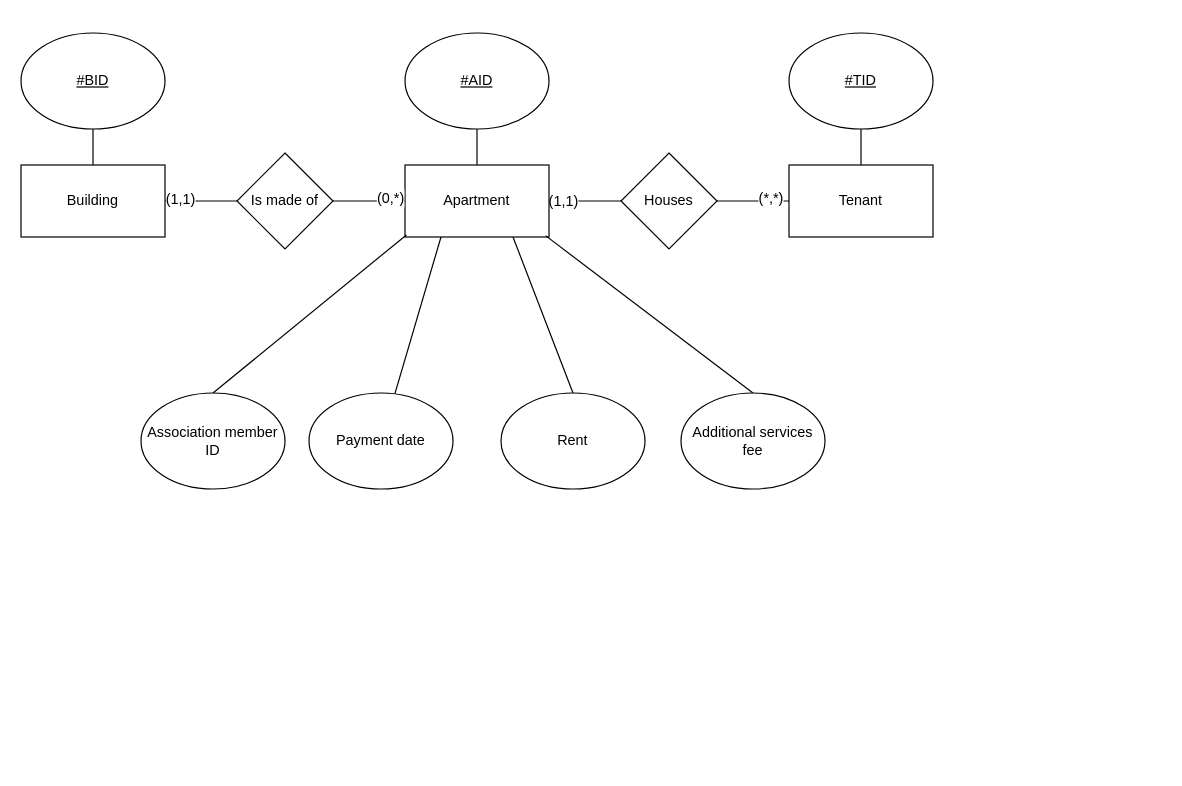
devtot0/FundamentalsOfDatabases keeps this draw.io diagram as Task4/Task4.drawio. Above is the earlier version. Source tidied: cells renumbered, new cells numbered last; positions are measured from the earlier drawing's top-left corner, leaving out a move shared by most shapes. Both pictures are drawn from the tidied source at 120%, with x=0, y=0 at pixel (20, 32).
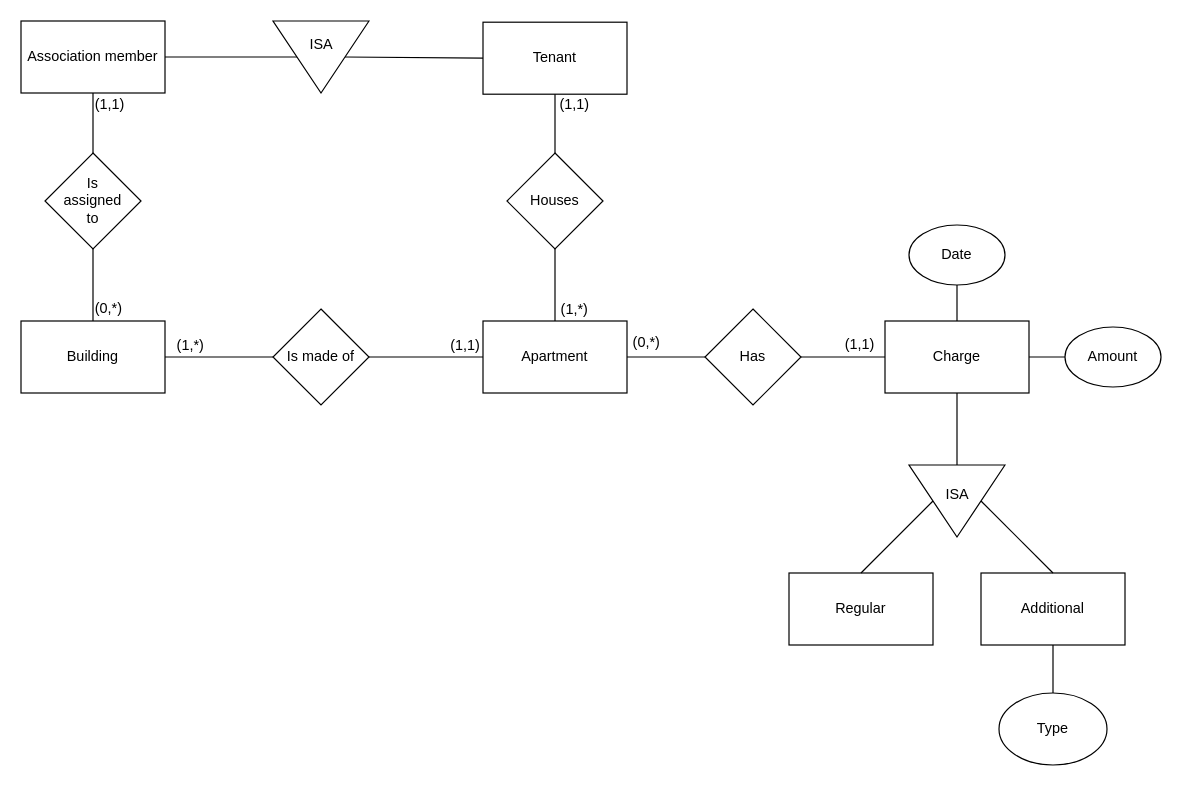
The same page after the edit.

Unchanged cells that the change refers to:
```xml
<mxCell id="6" style="rounded=0;jettySize=auto;html=1;exitX=1;exitY=0.5;exitDx=0;exitDy=0;entryX=0;entryY=0.5;entryDx=0;entryDy=0;endArrow=none;endFill=0;" parent="1" edge="1" source="8" target="12">
  <mxGeometry relative="1" as="geometry" />
</mxCell>
<mxCell id="10" style="edgeStyle=none;rounded=0;jettySize=auto;html=1;exitX=1;exitY=0.5;exitDx=0;exitDy=0;entryX=0;entryY=0.5;entryDx=0;entryDy=0;endArrow=none;endFill=0;" parent="1" edge="1" source="12" target="5">
  <mxGeometry relative="1" as="geometry" />
</mxCell>
```

What changed in the source:
```diff
@@
-    <mxCell id="2" style="edgeStyle=none;rounded=0;jettySize=auto;html=1;exitX=1;exitY=0.5;exitDx=0;exitDy=0;entryX=0;entryY=0.5;entryDx=0;entryDy=0;endArrow=none;endFill=0;" parent="1" edge="1" source="5" target="15">
+    <mxCell id="2" style="edgeStyle=none;rounded=0;jettySize=auto;html=1;endArrow=none;endFill=0;" parent="1" edge="1" source="5" target="15">
       <mxGeometry relative="1" as="geometry" />
     </mxCell>
-    <mxCell id="3" value="(1,1)" style="text;html=1;align=center;verticalAlign=middle;labelBackgroundColor=#ffffff;" parent="2" vertex="1">
-      <mxGeometry x="-0.63" relative="1" as="geometry" />
-    </mxCell>
-    <mxCell id="4" style="edgeStyle=none;rounded=0;jettySize=auto;html=1;endArrow=none;endFill=0;exitX=0.25;exitY=1;exitDx=0;exitDy=0;" parent="1" edge="1" source="5" target="26">
-      <mxGeometry relative="1" as="geometry" />
-    </mxCell>
+    <mxCell id="29" value="(1,*)" style="text;html=1;align=center;verticalAlign=middle;labelBackgroundColor=#ffffff;" parent="2" vertex="1">
+      <mxGeometry x="-0.52" y="1" relative="1" as="geometry">
+        <mxPoint x="16" y="4.5" as="offset" />
+      </mxGeometry>
+    </mxCell>
     <mxCell id="5" value="Apartment" style="rounded=0;whiteSpace=wrap;html=1;" parent="1" vertex="1">
-      <mxGeometry x="320" y="110" width="120" height="60" as="geometry" />
+      <mxGeometry x="385" y="240" width="120" height="60" as="geometry" />
     </mxCell>
@@
-    <mxCell id="7" value="(1,1)" style="text;html=1;align=center;verticalAlign=middle;labelBackgroundColor=#ffffff;" parent="6" vertex="1">
-      <mxGeometry x="-0.6" y="2" relative="1" as="geometry" />
+    <mxCell id="7" value="(1,*)" style="text;html=1;align=center;verticalAlign=middle;labelBackgroundColor=#ffffff;" parent="6" vertex="1">
+      <mxGeometry x="-0.6" y="2" relative="1" as="geometry">
+        <mxPoint x="2.5" y="-8" as="offset" />
+      </mxGeometry>
     </mxCell>
     <mxCell id="8" value="Building" style="rounded=0;whiteSpace=wrap;html=1;" parent="1" vertex="1">
-      <mxGeometry y="110" width="120" height="60" as="geometry" />
+      <mxGeometry y="240" width="120" height="60" as="geometry" />
     </mxCell>
     <mxCell id="9" value="Tenant" style="rounded=0;whiteSpace=wrap;html=1;" parent="1" vertex="1">
-      <mxGeometry x="640" y="110" width="120" height="60" as="geometry" />
+      <mxGeometry x="385" y="-9" width="120" height="60" as="geometry" />
     </mxCell>
@@
-    <mxCell id="11" value="(0,*)" style="text;html=1;align=center;verticalAlign=middle;labelBackgroundColor=#ffffff;" parent="10" vertex="1">
-      <mxGeometry x="0.57" y="3" relative="1" as="geometry" />
-    </mxCell>
+    <mxCell id="3" value="(1,1)" style="text;html=1;align=center;verticalAlign=middle;labelBackgroundColor=#ffffff;" parent="10" vertex="1">
+      <mxGeometry x="0.88" y="-1" relative="1" as="geometry">
+        <mxPoint x="-9.5" y="-11" as="offset" />
+      </mxGeometry>
+    </mxCell>
     <mxCell id="12" value="Is made of" style="rhombus;whiteSpace=wrap;html=1;" parent="1" vertex="1">
-      <mxGeometry x="180" y="100" width="80" height="80" as="geometry" />
+      <mxGeometry x="210" y="230" width="80" height="80" as="geometry" />
     </mxCell>
-    <mxCell id="13" style="edgeStyle=none;rounded=0;jettySize=auto;html=1;exitX=1;exitY=0.5;exitDx=0;exitDy=0;entryX=0;entryY=0.5;entryDx=0;entryDy=0;endArrow=none;endFill=0;" parent="1" edge="1" source="15" target="9">
+    <mxCell id="13" style="edgeStyle=none;rounded=0;jettySize=auto;html=1;exitX=0.5;exitY=0;exitDx=0;exitDy=0;entryX=0.5;entryY=1;entryDx=0;entryDy=0;endArrow=none;endFill=0;" parent="1" edge="1" source="15" target="9">
       <mxGeometry relative="1" as="geometry" />
     </mxCell>
-    <mxCell id="14" value="(*,*)" style="text;html=1;align=center;verticalAlign=middle;labelBackgroundColor=#ffffff;" parent="13" vertex="1">
-      <mxGeometry x="0.47" y="3" relative="1" as="geometry" />
+    <mxCell id="14" value="(1,1)" style="text;html=1;align=center;verticalAlign=middle;labelBackgroundColor=#ffffff;" parent="13" vertex="1">
+      <mxGeometry x="0.47" y="3" relative="1" as="geometry">
+        <mxPoint x="18" y="-4.5" as="offset" />
+      </mxGeometry>
     </mxCell>
     <mxCell id="15" value="Houses" style="rhombus;whiteSpace=wrap;html=1;" parent="1" vertex="1">
-      <mxGeometry x="500" y="100" width="80" height="80" as="geometry" />
+      <mxGeometry x="405" y="100" width="80" height="80" as="geometry" />
     </mxCell>
-    <mxCell id="16" style="edgeStyle=none;rounded=0;jettySize=auto;html=1;exitX=0.5;exitY=1;exitDx=0;exitDy=0;entryX=0.5;entryY=0;entryDx=0;entryDy=0;endArrow=none;endFill=0;" parent="1" edge="1" source="17" target="8">
-      <mxGeometry relative="1" as="geometry" />
-    </mxCell>
-    <mxCell id="17" value="&lt;u&gt;#BID&lt;/u&gt;" style="ellipse;whiteSpace=wrap;html=1;" parent="1" vertex="1">
-      <mxGeometry width="120" height="80" as="geometry" />
-    </mxCell>
-    <mxCell id="18" style="edgeStyle=none;rounded=0;jettySize=auto;html=1;exitX=0.5;exitY=1;exitDx=0;exitDy=0;entryX=0.5;entryY=0;entryDx=0;entryDy=0;endArrow=none;endFill=0;" parent="1" edge="1" source="19" target="9">
-      <mxGeometry relative="1" as="geometry" />
-    </mxCell>
-    <mxCell id="19" value="&lt;u&gt;#TID&lt;/u&gt;" style="ellipse;whiteSpace=wrap;html=1;" parent="1" vertex="1">
-      <mxGeometry x="640" width="120" height="80" as="geometry" />
-    </mxCell>
-    <mxCell id="20" style="edgeStyle=none;rounded=0;jettySize=auto;html=1;exitX=0.5;exitY=1;exitDx=0;exitDy=0;entryX=0.5;entryY=0;entryDx=0;entryDy=0;endArrow=none;endFill=0;" parent="1" edge="1" source="21" target="5">
-      <mxGeometry relative="1" as="geometry" />
-    </mxCell>
-    <mxCell id="21" value="&lt;u&gt;#AID&lt;/u&gt;" style="ellipse;whiteSpace=wrap;html=1;" parent="1" vertex="1">
-      <mxGeometry x="320" width="120" height="80" as="geometry" />
-    </mxCell>
-    <mxCell id="22" style="edgeStyle=none;rounded=0;jettySize=auto;html=1;exitX=0.5;exitY=0;exitDx=0;exitDy=0;endArrow=none;endFill=0;entryX=0.01;entryY=0.971;entryDx=0;entryDy=0;entryPerimeter=0;" parent="1" edge="1" source="23" target="5">
-      <mxGeometry relative="1" as="geometry" />
-    </mxCell>
-    <mxCell id="23" value="Association member ID" style="ellipse;whiteSpace=wrap;html=1;" parent="1" vertex="1">
-      <mxGeometry x="100" y="300" width="120" height="80" as="geometry" />
-    </mxCell>
-    <mxCell id="24" style="edgeStyle=none;rounded=0;jettySize=auto;html=1;exitX=0.5;exitY=0;exitDx=0;exitDy=0;entryX=0.75;entryY=1;entryDx=0;entryDy=0;endArrow=none;endFill=0;" parent="1" edge="1" source="25" target="5">
-      <mxGeometry relative="1" as="geometry" />
-    </mxCell>
-    <mxCell id="25" value="Rent" style="ellipse;whiteSpace=wrap;html=1;" parent="1" vertex="1">
-      <mxGeometry x="400" y="300" width="120" height="80" as="geometry" />
-    </mxCell>
-    <mxCell id="26" value="Payment date" style="ellipse;whiteSpace=wrap;html=1;" parent="1" vertex="1">
-      <mxGeometry x="240" y="300" width="120" height="80" as="geometry" />
-    </mxCell>
-    <mxCell id="27" style="edgeStyle=none;rounded=0;jettySize=auto;html=1;exitX=0.5;exitY=0;exitDx=0;exitDy=0;entryX=0.976;entryY=0.981;entryDx=0;entryDy=0;entryPerimeter=0;endArrow=none;endFill=0;" parent="1" edge="1" source="28" target="5">
-      <mxGeometry relative="1" as="geometry" />
-    </mxCell>
-    <mxCell id="28" value="Additional services fee" style="ellipse;whiteSpace=wrap;html=1;" parent="1" vertex="1">
-      <mxGeometry x="550" y="300" width="120" height="80" as="geometry" />
-    </mxCell>
+    <mxCell id="30" value="Charge" style="rounded=0;whiteSpace=wrap;html=1;" parent="1" vertex="1">
+      <mxGeometry x="720" y="240" width="120" height="60" as="geometry" />
+    </mxCell>
+    <mxCell id="31" style="endArrow=none;html=1;exitX=0;exitY=0.5;exitDx=0;exitDy=0;" parent="1" edge="1" source="30" target="32">
+      <mxGeometry relative="1" as="geometry" />
+    </mxCell>
+    <mxCell id="32" value="Has" style="rhombus;whiteSpace=wrap;html=1;" parent="1" vertex="1">
+      <mxGeometry x="570" y="230" width="80" height="80" as="geometry" />
+    </mxCell>
+    <mxCell id="33" style="endArrow=none;html=1;exitX=0;exitY=0.5;exitDx=0;exitDy=0;entryX=1;entryY=0.5;entryDx=0;entryDy=0;" parent="1" edge="1" source="32" target="5">
+      <mxGeometry relative="1" as="geometry" />
+    </mxCell>
+    <mxCell id="11" value="(0,*)" style="text;html=1;align=center;verticalAlign=middle;labelBackgroundColor=#ffffff;" parent="1" vertex="1">
+      <mxGeometry x="510" y="270" as="geometry">
+        <mxPoint x="10" y="-13" as="offset" />
+      </mxGeometry>
+    </mxCell>
+    <mxCell id="34" value="Date" style="ellipse;whiteSpace=wrap;html=1;" parent="1" vertex="1">
+      <mxGeometry x="740" y="160" width="80" height="50" as="geometry" />
+    </mxCell>
+    <mxCell id="35" value="Amount" style="ellipse;whiteSpace=wrap;html=1;" parent="1" vertex="1">
+      <mxGeometry x="870" y="245" width="80" height="50" as="geometry" />
+    </mxCell>
+    <mxCell id="36" style="triangle;whiteSpace=wrap;html=1;rotation=90;" parent="1" vertex="1">
+      <mxGeometry x="220" y="-20" width="60" height="80" as="geometry" />
+    </mxCell>
+    <mxCell id="37" style="endArrow=none;html=1;entryX=0;entryY=0.5;entryDx=0;entryDy=0;exitX=0.5;exitY=0;exitDx=0;exitDy=0;" parent="1" edge="1" source="36" target="9">
+      <mxGeometry relative="1" as="geometry" />
+    </mxCell>
+    <mxCell id="38" value="Association member" style="rounded=0;whiteSpace=wrap;html=1;" parent="1" vertex="1">
+      <mxGeometry y="-10" width="120" height="60" as="geometry" />
+    </mxCell>
+    <mxCell id="39" style="endArrow=none;html=1;entryX=0.5;entryY=1;entryDx=0;entryDy=0;exitX=1;exitY=0.5;exitDx=0;exitDy=0;" parent="1" edge="1" source="38" target="36">
+      <mxGeometry relative="1" as="geometry" />
+    </mxCell>
+    <mxCell id="40" value="(0,*)" style="text;html=1;align=left;verticalAlign=top;spacingTop=-4;" parent="1" vertex="1">
+      <mxGeometry x="60" y="220" width="40" height="20" as="geometry" />
+    </mxCell>
+    <mxCell id="41" value="(1,1)" style="text;html=1;align=left;verticalAlign=top;spacingTop=-4;" parent="1" vertex="1">
+      <mxGeometry x="60" y="50" width="40" height="20" as="geometry" />
+    </mxCell>
+    <mxCell id="42" value="ISA" style="text;html=1;align=center;verticalAlign=top;spacingTop=-4;" parent="1" vertex="1">
+      <mxGeometry x="235" width="30" height="20" as="geometry" />
+    </mxCell>
+    <mxCell id="43" value="Is &lt;br&gt;assigned &lt;br&gt;to" style="rhombus;whiteSpace=wrap;html=1;" parent="1" vertex="1">
+      <mxGeometry x="20" y="100" width="80" height="80" as="geometry" />
+    </mxCell>
+    <mxCell id="44" style="endArrow=none;html=1;entryX=0.5;entryY=1;entryDx=0;entryDy=0;exitX=0.5;exitY=0;exitDx=0;exitDy=0;" parent="1" edge="1" source="43" target="38">
+      <mxGeometry relative="1" as="geometry" />
+    </mxCell>
+    <mxCell id="45" style="endArrow=none;html=1;entryX=0.5;entryY=1;entryDx=0;entryDy=0;exitX=0.5;exitY=0;exitDx=0;exitDy=0;" parent="1" edge="1" source="8" target="43">
+      <mxGeometry relative="1" as="geometry" />
+    </mxCell>
+    <mxCell id="46" style="triangle;whiteSpace=wrap;html=1;rotation=90;" parent="1" vertex="1">
+      <mxGeometry x="750" y="350" width="60" height="80" as="geometry" />
+    </mxCell>
+    <mxCell id="47" value="ISA" style="text;html=1;align=center;verticalAlign=top;spacingTop=-4;" parent="1" vertex="1">
+      <mxGeometry x="765" y="375" width="30" height="20" as="geometry" />
+    </mxCell>
+    <mxCell id="48" style="endArrow=none;html=1;entryX=0.5;entryY=1;entryDx=0;entryDy=0;exitX=0;exitY=0.5;exitDx=0;exitDy=0;" parent="1" edge="1" source="46" target="30">
+      <mxGeometry relative="1" as="geometry" />
+    </mxCell>
+    <mxCell id="49" value="Regular" style="rounded=0;whiteSpace=wrap;html=1;" parent="1" vertex="1">
+      <mxGeometry x="640" y="450" width="120" height="60" as="geometry" />
+    </mxCell>
+    <mxCell id="50" style="endArrow=none;html=1;entryX=0.5;entryY=1;entryDx=0;entryDy=0;exitX=0.5;exitY=0;exitDx=0;exitDy=0;" parent="1" edge="1" source="49" target="46">
+      <mxGeometry relative="1" as="geometry" />
+    </mxCell>
+    <mxCell id="51" value="Additional" style="rounded=0;whiteSpace=wrap;html=1;" parent="1" vertex="1">
+      <mxGeometry x="800" y="450" width="120" height="60" as="geometry" />
+    </mxCell>
+    <mxCell id="52" style="endArrow=none;html=1;entryX=0.5;entryY=0;entryDx=0;entryDy=0;exitX=0.5;exitY=0;exitDx=0;exitDy=0;" parent="1" edge="1" source="51" target="46">
+      <mxGeometry relative="1" as="geometry" />
+    </mxCell>
+    <mxCell id="53" style="endArrow=none;html=1;entryX=0.5;entryY=0;entryDx=0;entryDy=0;exitX=0.5;exitY=1;exitDx=0;exitDy=0;" parent="1" edge="1" source="34" target="30">
+      <mxGeometry relative="1" as="geometry" />
+    </mxCell>
+    <mxCell id="54" style="endArrow=none;html=1;entryX=0;entryY=0.5;entryDx=0;entryDy=0;exitX=1;exitY=0.5;exitDx=0;exitDy=0;" parent="1" edge="1" source="30" target="35">
+      <mxGeometry relative="1" as="geometry" />
+    </mxCell>
+    <mxCell id="55" value="Type" style="ellipse;whiteSpace=wrap;html=1;" parent="1" vertex="1">
+      <mxGeometry x="815" y="550" width="90" height="60" as="geometry" />
+    </mxCell>
+    <mxCell id="56" style="endArrow=none;html=1;entryX=0.5;entryY=1;entryDx=0;entryDy=0;exitX=0.5;exitY=0;exitDx=0;exitDy=0;" parent="1" edge="1" source="55" target="51">
+      <mxGeometry relative="1" as="geometry" />
+    </mxCell>
+    <mxCell id="57" value="(1,1)" style="text;html=1;align=left;verticalAlign=top;spacingTop=-4;" parent="1" vertex="1">
+      <mxGeometry x="685" y="250" width="40" height="20" as="geometry" />
+    </mxCell>
```
